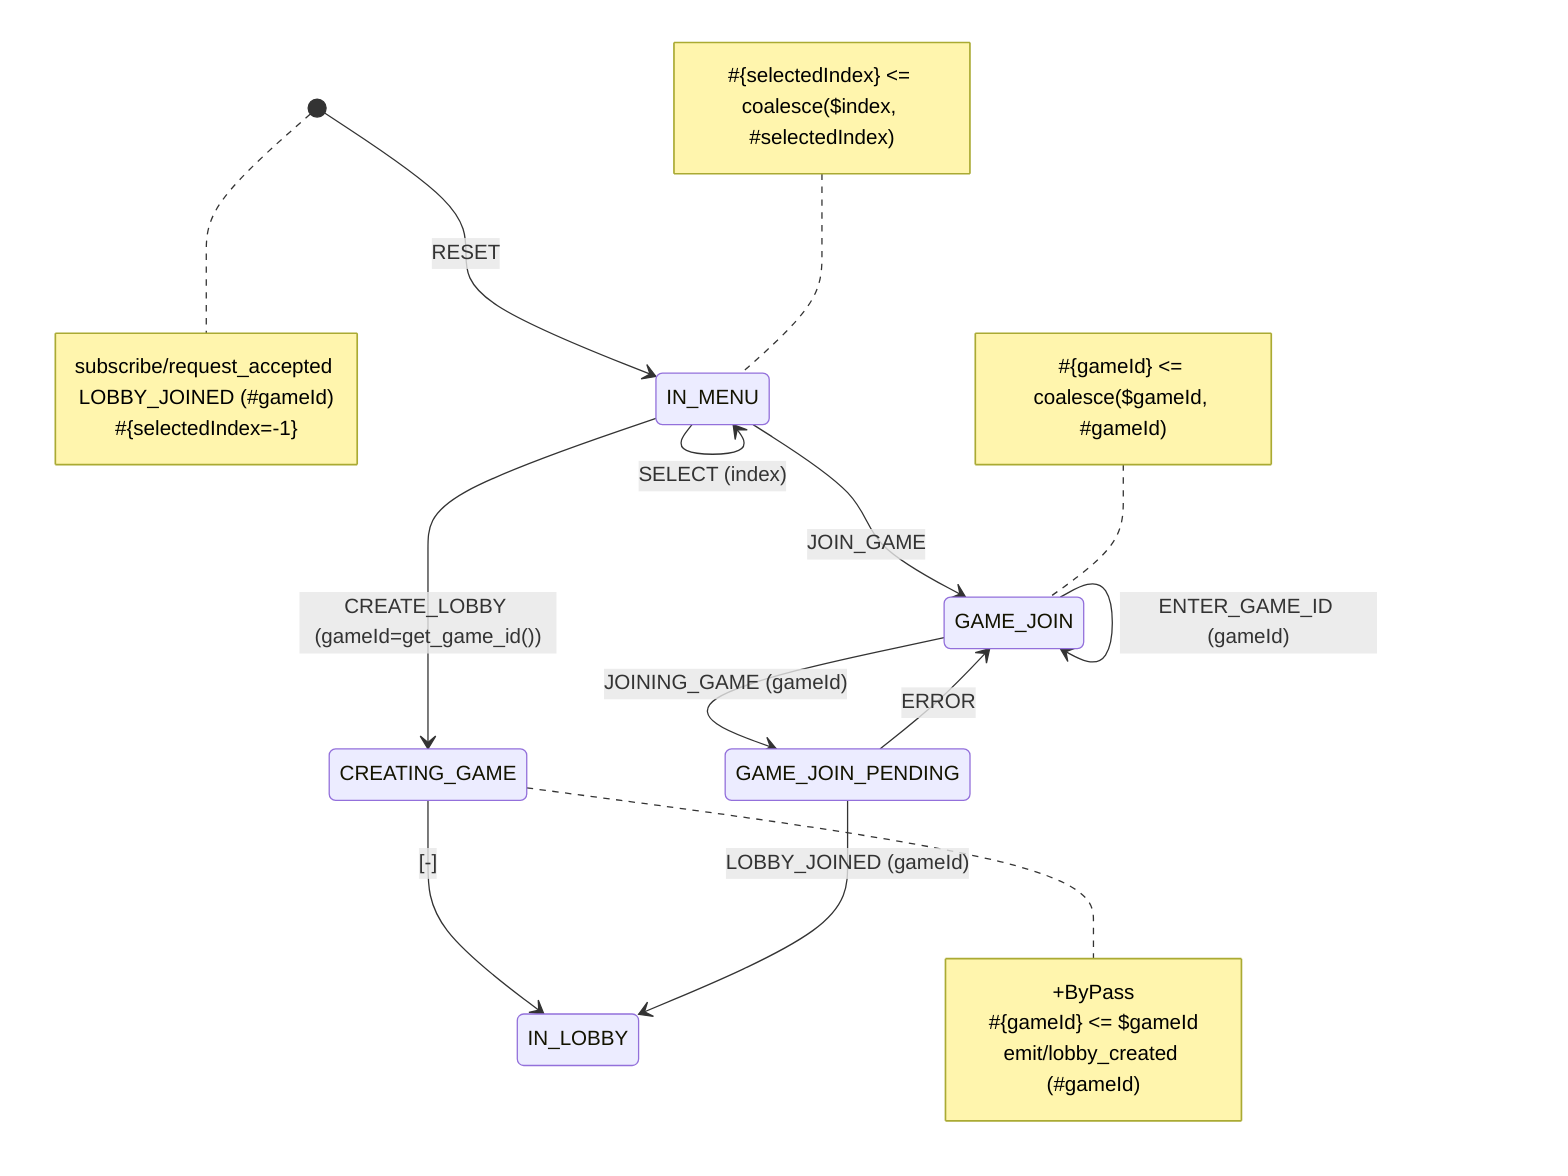
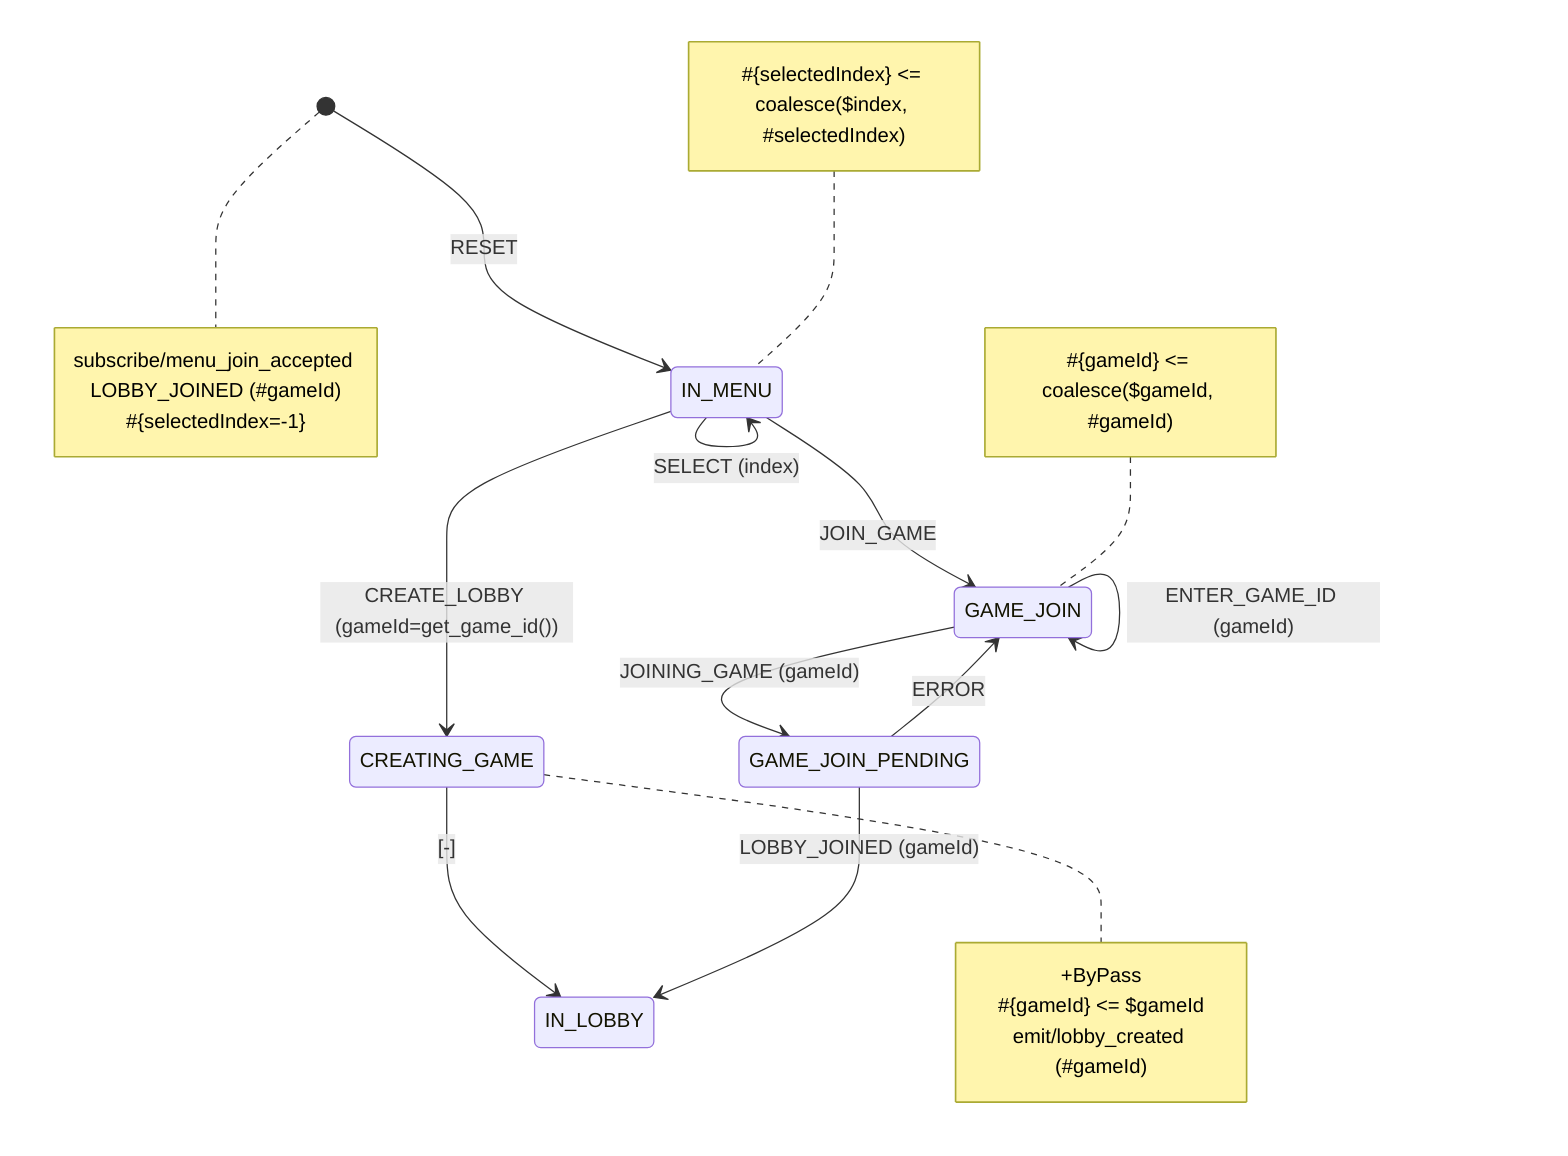
stateDiagram-v2
    [*]-->IN_MENU: RESET
    IN_MENU --> CREATING_GAME: CREATE_LOBBY (gameId=get_game_id())
    IN_MENU-->IN_MENU: SELECT (index)
    CREATING_GAME --> IN_LOBBY: [-]
%%    CREATING_GAME-->IN_MENU: ERROR
    IN_MENU --> GAME_JOIN: JOIN_GAME
    GAME_JOIN --> GAME_JOIN_PENDING: JOINING_GAME (gameId)
    GAME_JOIN-->GAME_JOIN: ENTER_GAME_ID (gameId)
    GAME_JOIN_PENDING --> IN_LOBBY: LOBBY_JOINED (gameId)
    GAME_JOIN_PENDING --> GAME_JOIN: ERROR

note right of [*]
- subscribe/request_accepted LOBBY_JOINED (#gameId)
+ subscribe/menu_join_accepted LOBBY_JOINED (#gameId)
#{selectedIndex=-1}
end note
note left of IN_MENU
#{selectedIndex} <= coalesce($index, #selectedIndex)
end note
note left of GAME_JOIN
#{gameId} <= coalesce($gameId, #gameId)
end note
note right of CREATING_GAME
+ByPass
#{gameId} <= $gameId
emit/lobby_created (#gameId)
end note
